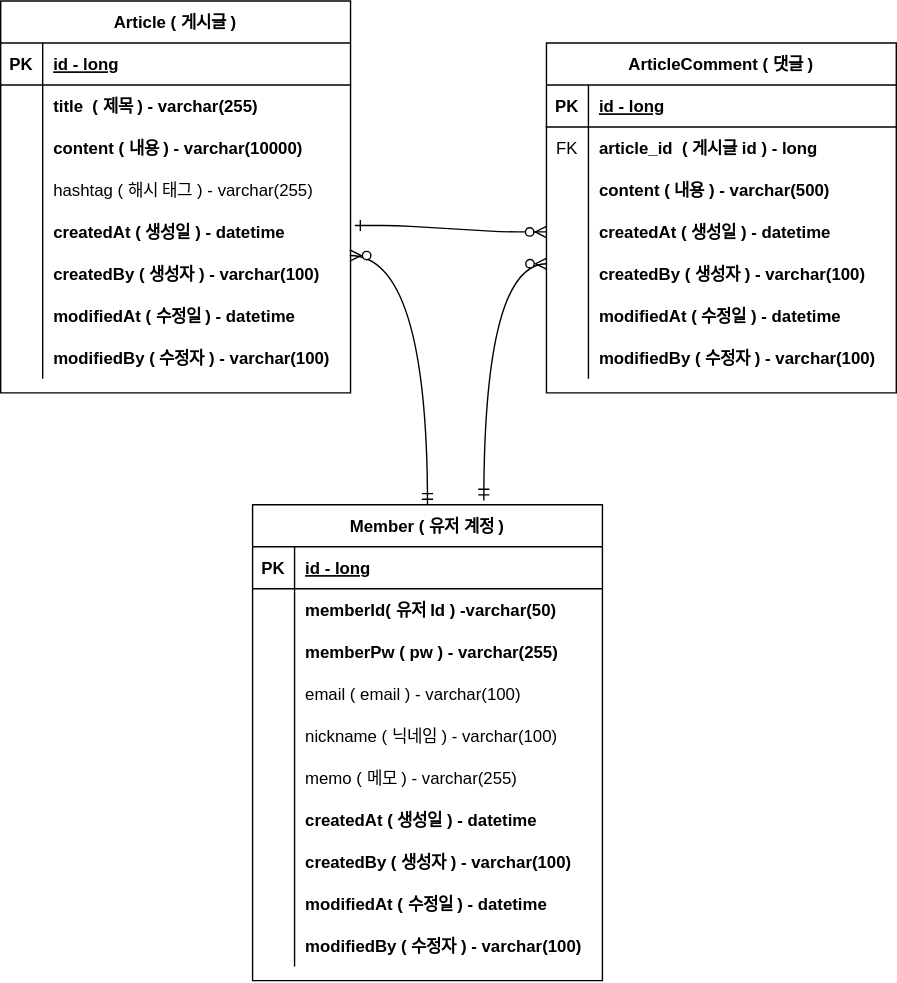
The draw.io diagram document/project-board-erd.svg in jinsuo1o7/project-board, before a commit. Source tidied: cells renumbered, new cells last; positions are measured from the earlier drawing's top-left corner, leaving out a move shared by most shapes.
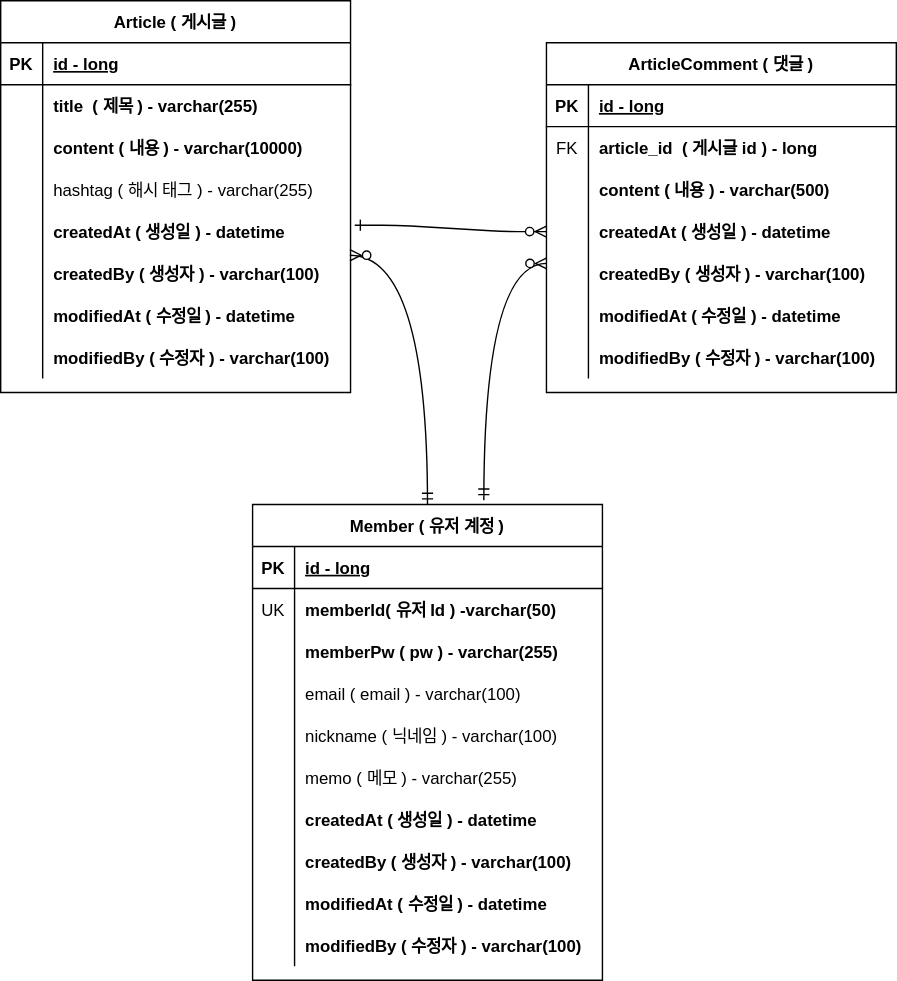
After the commit.

Commit message:
#20 - edit user id unique

Change to the diagram source:
```diff
@@ -161,7 +161,7 @@
     <mxCell id="54" style="shape=partialRectangle;fillColor=none;top=0;left=0;right=0;bottom=0;" parent="50" vertex="1">
       <mxGeometry y="60" width="250" height="30" as="geometry" />
     </mxCell>
-    <mxCell id="55" style="shape=partialRectangle;overflow=hidden;fillColor=none;top=0;left=0;bottom=0;right=0;" parent="54" vertex="1">
+    <mxCell id="55" value="UK" style="shape=partialRectangle;overflow=hidden;fillColor=none;top=0;left=0;bottom=0;right=0;" parent="54" vertex="1">
       <mxGeometry width="30" height="30" as="geometry" />
     </mxCell>
     <mxCell id="56" value="memberId( 유저 Id ) -varchar(50)" style="shape=partialRectangle;overflow=hidden;fillColor=none;top=0;left=0;bottom=0;right=0;align=left;spacingLeft=6;fontStyle=1;" parent="54" vertex="1">
```
